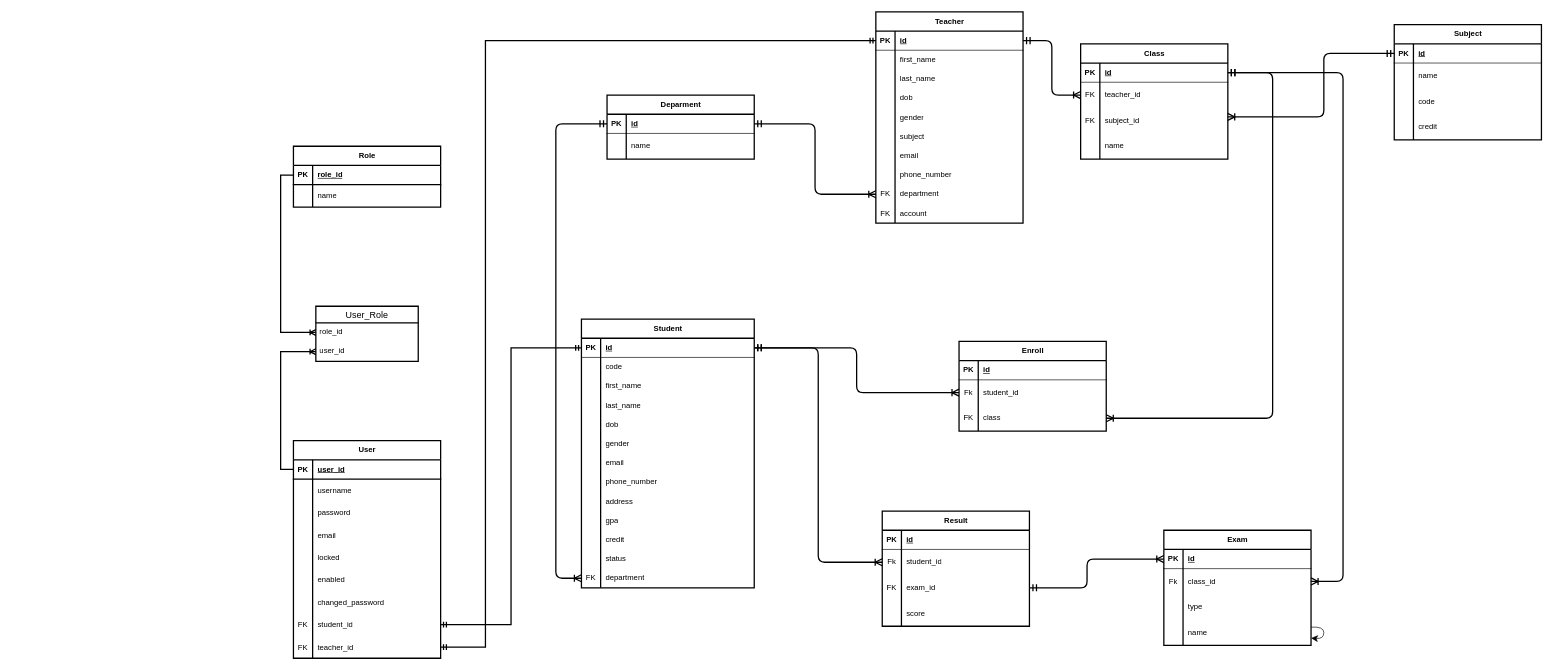
Jason1420/eLearning keeps this draw.io diagram as Untitled Diagram.drawio. Above is the earlier version. Source tidied: cells renumbered, new cells numbered last; positions are measured from the earlier drawing's top-left corner, leaving out a move shared by most shapes. Both pictures are drawn from the tidied source at 64%, with x=0, y=0 at pixel (293, 12).
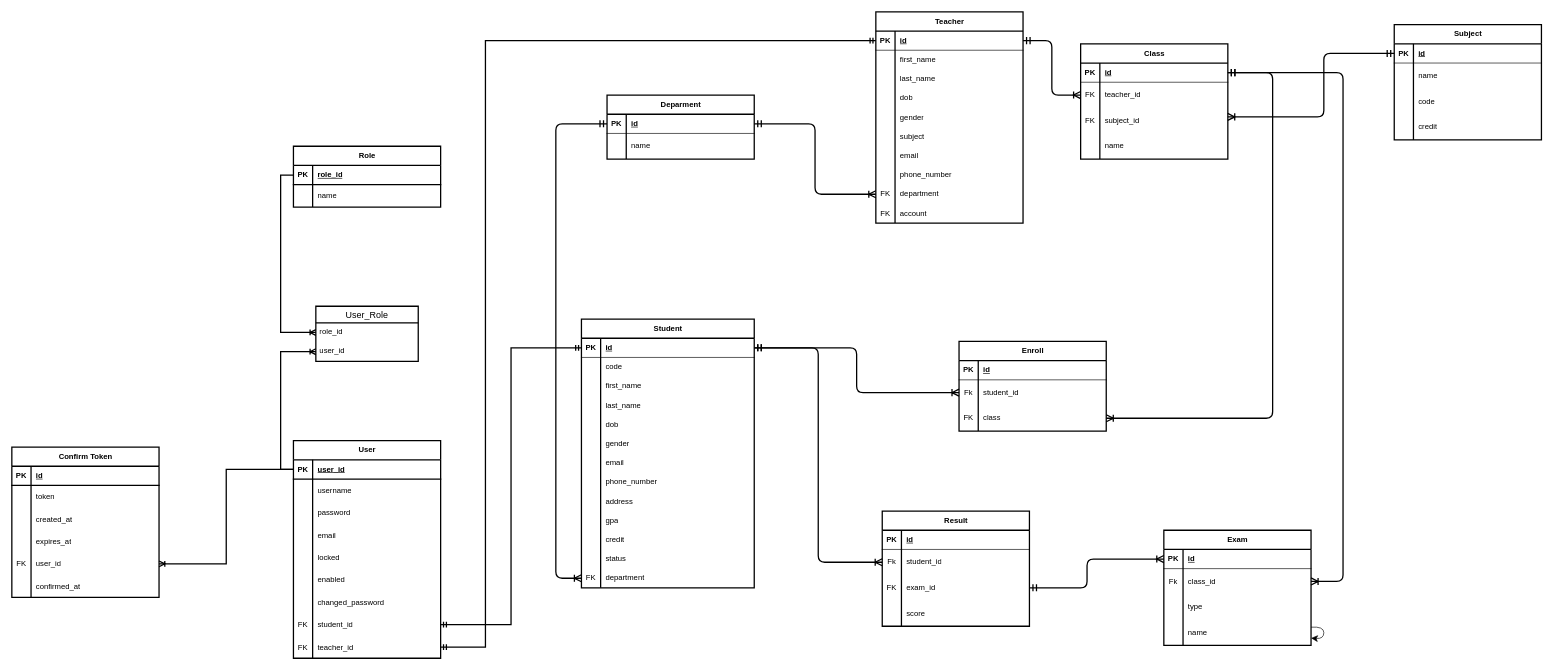
The same diagram, later.

The change refers to these unchanged cells:
```xml
<mxCell id="10" style="shape=tableRow;horizontal=0;startSize=0;swimlaneHead=0;swimlaneBody=0;fillColor=none;points=[[0,0.5],[1,0.5]];portConstraint=eastwest;top=0;left=0;right=0;bottom=1;strokeWidth=2;" parent="9" vertex="1">
  <mxGeometry y="30" width="230" height="30" as="geometry" />
</mxCell>
```

What changed in the source:
```diff
@@
+    <mxCell id="194" value="Confirm Token" style="shape=table;startSize=30;childLayout=tableLayout;rowLines=0;fontStyle=1;align=center;html=1;strokeWidth=2;" parent="1" vertex="1">
+      <mxGeometry x="-440" y="680" width="230" height="235" as="geometry" />
+    </mxCell>
+    <mxCell id="195" style="shape=tableRow;horizontal=0;startSize=0;swimlaneHead=0;swimlaneBody=0;fillColor=none;top=0;left=0;right=0;bottom=1;strokeWidth=2;" parent="194" vertex="1">
+      <mxGeometry y="30" width="230" height="30" as="geometry" />
+    </mxCell>
+    <mxCell id="196" value="PK" style="shape=partialRectangle;fillColor=none;top=0;left=0;bottom=0;right=0;fontStyle=1;overflow=hidden;whiteSpace=wrap;html=1;strokeWidth=2;" parent="195" vertex="1">
+      <mxGeometry width="30" height="30" as="geometry" />
+    </mxCell>
+    <mxCell id="197" value="id" style="shape=partialRectangle;fillColor=none;top=0;left=0;bottom=0;right=0;align=left;spacingLeft=6;fontStyle=5;overflow=hidden;whiteSpace=wrap;html=1;strokeWidth=2;" parent="195" vertex="1">
+      <mxGeometry x="30" width="200" height="30" as="geometry" />
+    </mxCell>
+    <mxCell id="198" style="shape=tableRow;horizontal=0;startSize=0;swimlaneHead=0;swimlaneBody=0;fillColor=none;top=0;left=0;right=0;bottom=0;strokeWidth=2;" parent="194" vertex="1">
+      <mxGeometry y="60" width="230" height="35" as="geometry" />
+    </mxCell>
+    <mxCell id="199" style="shape=partialRectangle;fillColor=none;top=0;left=0;bottom=0;right=0;overflow=hidden;whiteSpace=wrap;html=1;strokeWidth=2;" parent="198" vertex="1">
+      <mxGeometry width="30" height="35" as="geometry" />
+    </mxCell>
+    <mxCell id="200" value="token" style="shape=partialRectangle;fillColor=none;top=0;left=0;bottom=0;right=0;align=left;spacingLeft=6;overflow=hidden;whiteSpace=wrap;html=1;strokeWidth=2;" parent="198" vertex="1">
+      <mxGeometry x="30" width="200" height="35" as="geometry" />
+    </mxCell>
+    <mxCell id="201" style="shape=tableRow;horizontal=0;startSize=0;swimlaneHead=0;swimlaneBody=0;fillColor=none;top=0;left=0;right=0;bottom=0;strokeWidth=2;" parent="194" vertex="1">
+      <mxGeometry y="95" width="230" height="35" as="geometry" />
+    </mxCell>
+    <mxCell id="202" style="shape=partialRectangle;fillColor=none;top=0;left=0;bottom=0;right=0;overflow=hidden;whiteSpace=wrap;html=1;strokeWidth=2;" parent="201" vertex="1">
+      <mxGeometry width="30" height="35" as="geometry" />
+    </mxCell>
+    <mxCell id="203" value="created_at" style="shape=partialRectangle;fillColor=none;top=0;left=0;bottom=0;right=0;align=left;spacingLeft=6;overflow=hidden;whiteSpace=wrap;html=1;strokeWidth=2;" parent="201" vertex="1">
+      <mxGeometry x="30" width="200" height="35" as="geometry" />
+    </mxCell>
+    <mxCell id="204" style="shape=tableRow;horizontal=0;startSize=0;swimlaneHead=0;swimlaneBody=0;fillColor=none;top=0;left=0;right=0;bottom=0;strokeWidth=2;" parent="194" vertex="1">
+      <mxGeometry y="130" width="230" height="35" as="geometry" />
+    </mxCell>
+    <mxCell id="205" style="shape=partialRectangle;fillColor=none;top=0;left=0;bottom=0;right=0;overflow=hidden;whiteSpace=wrap;html=1;strokeWidth=2;" parent="204" vertex="1">
+      <mxGeometry width="30" height="35" as="geometry" />
+    </mxCell>
+    <mxCell id="206" value="expires_at" style="shape=partialRectangle;fillColor=none;top=0;left=0;bottom=0;right=0;align=left;spacingLeft=6;overflow=hidden;whiteSpace=wrap;html=1;strokeWidth=2;" parent="204" vertex="1">
+      <mxGeometry x="30" width="200" height="35" as="geometry" />
+    </mxCell>
+    <mxCell id="207" style="shape=tableRow;horizontal=0;startSize=0;swimlaneHead=0;swimlaneBody=0;fillColor=none;points=[[0,0.5],[1,0.5]];portConstraint=eastwest;top=0;left=0;right=0;bottom=0;strokeWidth=2;" parent="194" vertex="1">
+      <mxGeometry y="165" width="230" height="35" as="geometry" />
+    </mxCell>
+    <mxCell id="208" value="FK" style="shape=partialRectangle;fillColor=none;top=0;left=0;bottom=0;right=0;overflow=hidden;whiteSpace=wrap;html=1;strokeWidth=2;" parent="207" vertex="1">
+      <mxGeometry width="30" height="35" as="geometry" />
+    </mxCell>
+    <mxCell id="209" value="user_id" style="shape=partialRectangle;fillColor=none;top=0;left=0;bottom=0;right=0;align=left;spacingLeft=6;overflow=hidden;whiteSpace=wrap;html=1;strokeWidth=2;" parent="207" vertex="1">
+      <mxGeometry x="30" width="200" height="35" as="geometry" />
+    </mxCell>
+    <mxCell id="210" style="shape=tableRow;horizontal=0;startSize=0;swimlaneHead=0;swimlaneBody=0;fillColor=none;top=0;left=0;right=0;bottom=0;strokeWidth=2;" parent="194" vertex="1">
+      <mxGeometry y="200" width="230" height="35" as="geometry" />
+    </mxCell>
+    <mxCell id="211" style="shape=partialRectangle;fillColor=none;top=0;left=0;bottom=0;right=0;overflow=hidden;whiteSpace=wrap;html=1;strokeWidth=2;" parent="210" vertex="1">
+      <mxGeometry width="30" height="35" as="geometry" />
+    </mxCell>
+    <mxCell id="212" value="confirmed_at" style="shape=partialRectangle;fillColor=none;top=0;left=0;bottom=0;right=0;align=left;spacingLeft=6;overflow=hidden;whiteSpace=wrap;html=1;strokeWidth=2;" parent="210" vertex="1">
+      <mxGeometry x="30" width="200" height="35" as="geometry" />
+    </mxCell>
+    <mxCell id="213" style="edgeStyle=orthogonalEdgeStyle;rounded=0;jettySize=auto;html=1;endArrow=ERoneToMany;endFill=0;exitX=0;exitY=0.5;exitDx=0;exitDy=0;entryX=1;entryY=0.5;entryDx=0;entryDy=0;strokeWidth=2;" parent="1" edge="1" source="10" target="207">
+      <mxGeometry relative="1" as="geometry" />
+    </mxCell>
```
